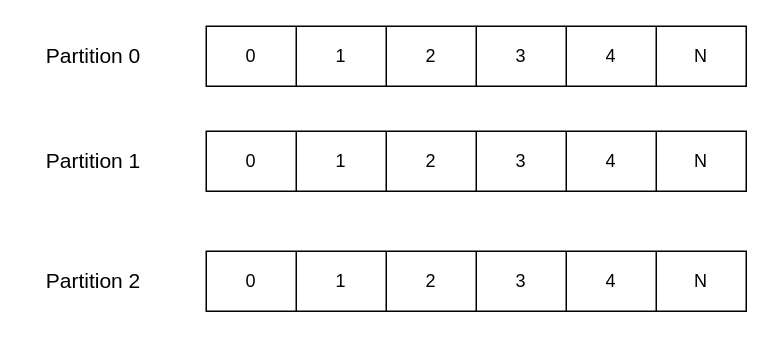
Above: Untitled Diagram.drawio in antopaul/diagrams (draw.io), before the change. Source tidied: cells renumbered, new cells numbered last; positions are measured from the earlier drawing's top-left corner, leaving out a move shared by most shapes. Both pictures are drawn from the tidied source at 150%, with x=0, y=0 at pixel (26, 26).
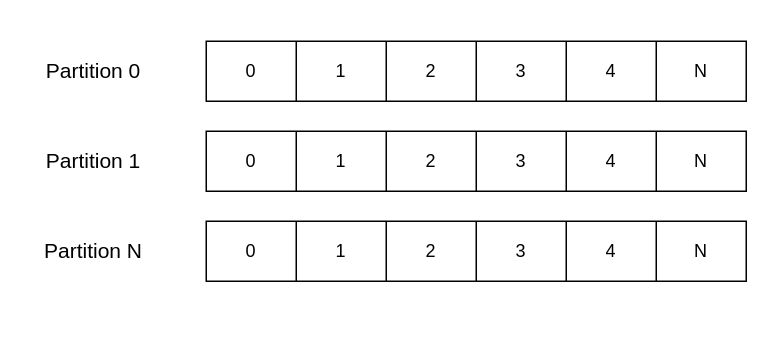
The same diagram, later.

The edit, as a diff of the source:
```diff
@@
     <mxCell id="2" style="shape=table;startSize=0;childLayout=tableLayout;" parent="1" vertex="1">
-      <mxGeometry x="120" width="360" height="40" as="geometry" />
+      <mxGeometry x="120" y="10" width="360" height="40" as="geometry" />
     </mxCell>
@@
     <mxCell id="18" style="shape=table;startSize=0;childLayout=tableLayout;" parent="1" vertex="1">
-      <mxGeometry x="120" y="150" width="360" height="40" as="geometry" />
+      <mxGeometry x="120" y="130" width="360" height="40" as="geometry" />
     </mxCell>
@@
     <mxCell id="26" value="&lt;font style=&quot;font-size: 14px;&quot;&gt;Partition 0&lt;/font&gt;" style="text;html=1;strokeColor=none;fillColor=none;align=center;verticalAlign=middle;whiteSpace=wrap;rounded=0;" parent="1" vertex="1">
-      <mxGeometry y="5" width="90" height="30" as="geometry" />
+      <mxGeometry y="15" width="90" height="30" as="geometry" />
     </mxCell>
@@
-    <mxCell id="28" value="&lt;font style=&quot;font-size: 14px;&quot;&gt;Partition 2&lt;/font&gt;" style="text;html=1;strokeColor=none;fillColor=none;align=center;verticalAlign=middle;whiteSpace=wrap;rounded=0;" parent="1" vertex="1">
-      <mxGeometry y="155" width="90" height="30" as="geometry" />
+    <mxCell id="28" value="&lt;font style=&quot;font-size: 14px;&quot;&gt;Partition N&lt;/font&gt;" style="text;html=1;strokeColor=none;fillColor=none;align=center;verticalAlign=middle;whiteSpace=wrap;rounded=0;" parent="1" vertex="1">
+      <mxGeometry y="135" width="90" height="30" as="geometry" />
     </mxCell>
```
